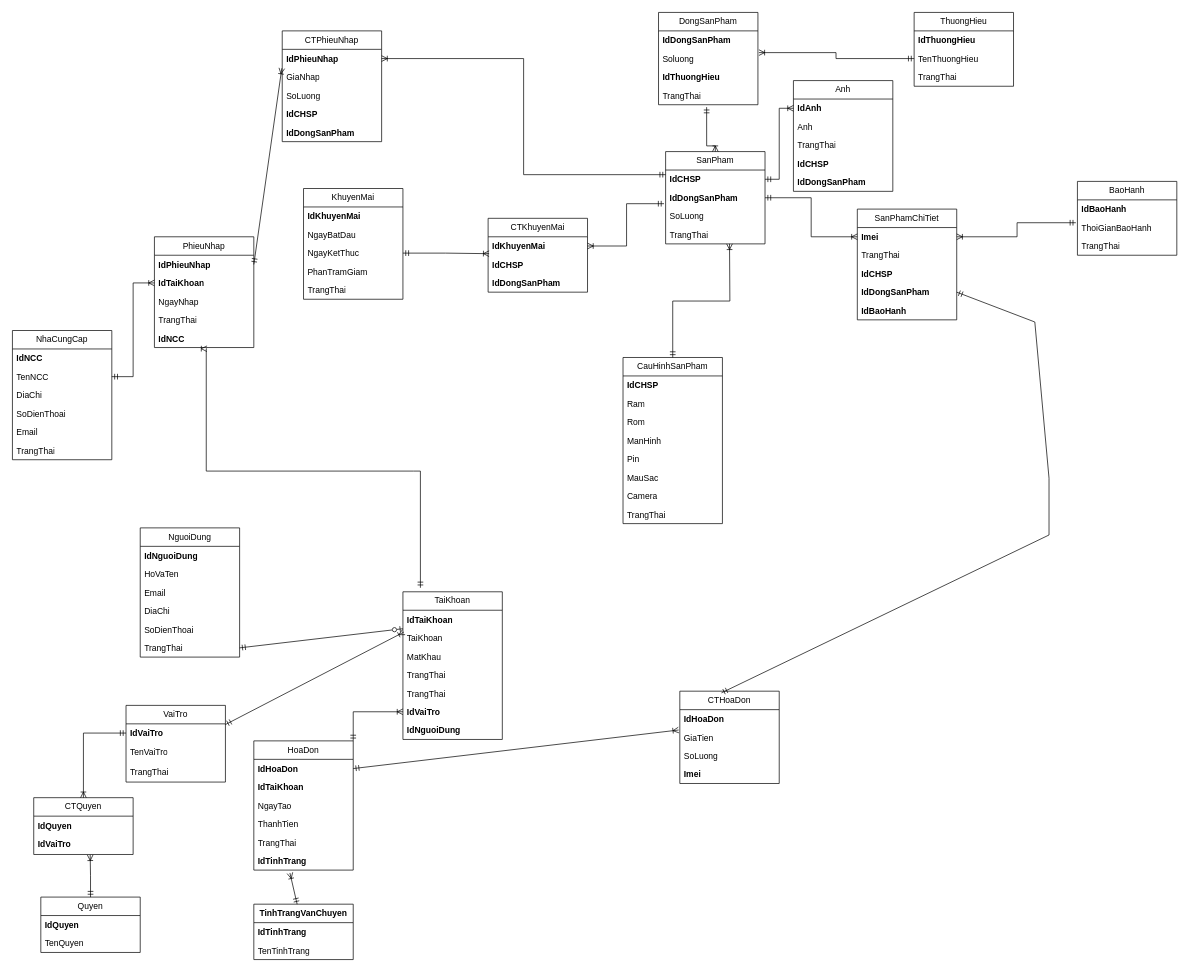
The draw.io diagram erd/CSDL.drawio in DBPCod/Web-NangCao, before the edit. Source tidied: cells renumbered, new cells numbered last; positions are measured from the earlier drawing's top-left corner, leaving out a move shared by most shapes. Both pictures are drawn from the tidied source at 71%, with x=0, y=0 at pixel (12, 12).
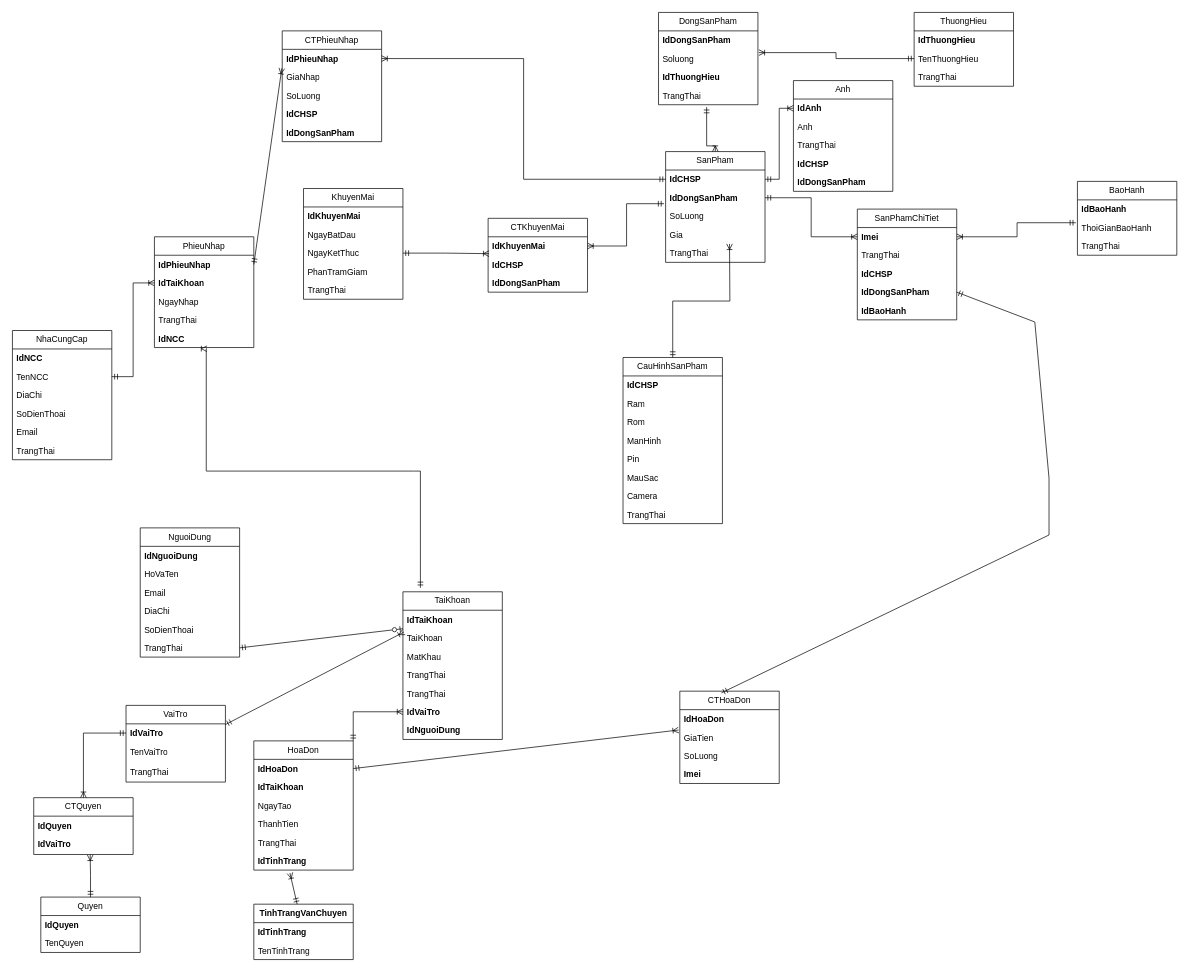
The same page after the edit.

Commit message (it also covers changes not shown here):
them thuoc tinh Gia vao bang SanPham database

Change to the diagram source:
```diff
@@
     <mxCell id="107" value="SanPham" style="swimlane;fontStyle=0;horizontal=1;startSize=26;fillColor=none;whiteSpace=wrap;html=1;" parent="1" vertex="1">
-      <mxGeometry x="920" y="196" width="140" height="130" as="geometry" />
+      <mxGeometry x="920" y="196" width="140" height="156" as="geometry" />
     </mxCell>
@@
-    <mxCell id="111" value="TrangThai" style="text;strokeColor=none;fillColor=none;align=left;verticalAlign=top;spacingLeft=4;spacingRight=4;overflow=hidden;whiteSpace=wrap;html=1;fontStyle=0;" parent="107" vertex="1">
+    <mxCell id="111" value="Gia" style="text;strokeColor=none;fillColor=none;align=left;verticalAlign=top;spacingLeft=4;spacingRight=4;overflow=hidden;whiteSpace=wrap;html=1;fontStyle=0;" parent="107" vertex="1">
       <mxGeometry y="104" width="140" height="26" as="geometry" />
     </mxCell>
+    <mxCell id="130" value="TrangThai" style="text;strokeColor=none;fillColor=none;align=left;verticalAlign=top;spacingLeft=4;spacingRight=4;overflow=hidden;whiteSpace=wrap;html=1;fontStyle=0;" parent="107" vertex="1">
+      <mxGeometry y="130" width="140" height="26" as="geometry" />
+    </mxCell>
```
